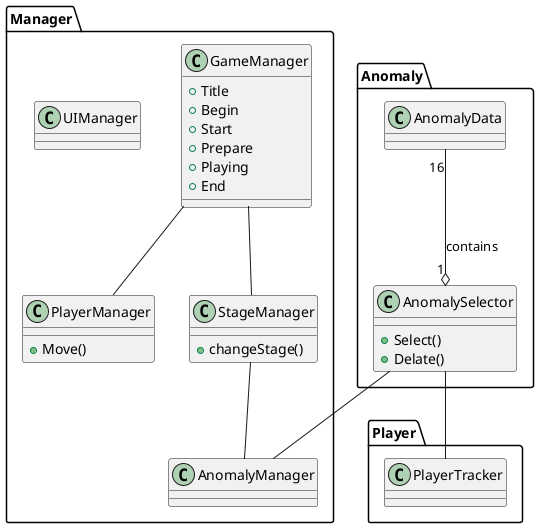
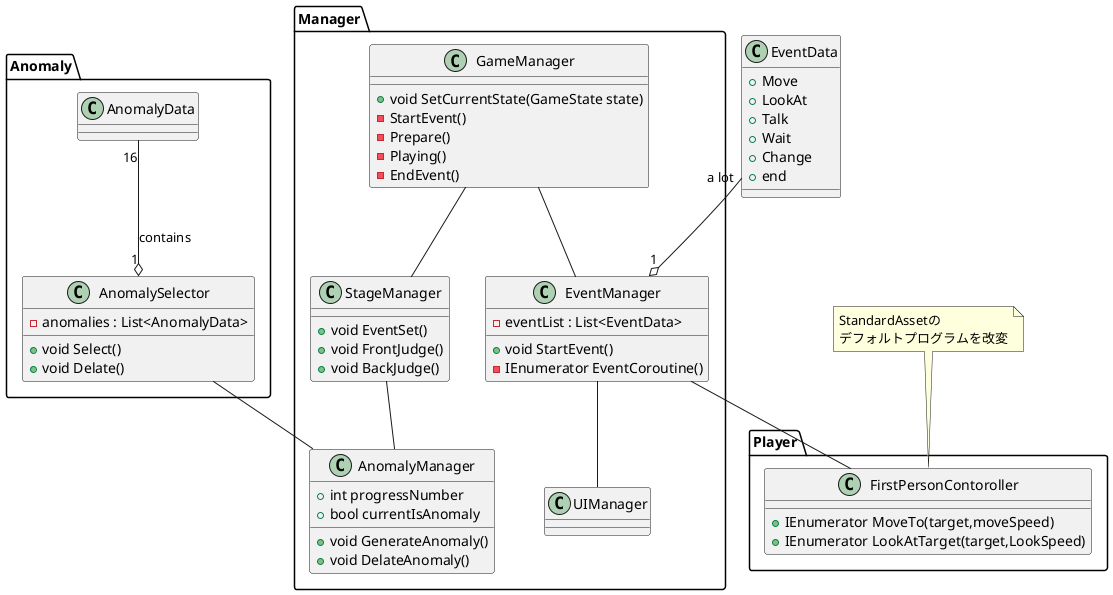
@startuml SDPBL

namespace Manager{
    class GameManager {
-         +Title
-         +Begin
-         +Start
-         +Prepare
-         +Playing
-         +End
-     }
- 
-     class PlayerManager {
-         +Move()
-     }
-     class AnomalyManager{
+         +void SetCurrentState(GameState state)
+         -StartEvent()
+         -Prepare()
+         -Playing()
+         -EndEvent()

    }

+     class AnomalyManager{
+         + int progressNumber
+         + bool currentIsAnomaly
+         + void GenerateAnomaly()
+         + void DelateAnomaly()
+     }
+ 
+     class EventManager{
+         -eventList : List<EventData>
+         +void StartEvent()
+         -IEnumerator EventCoroutine()
+     }
+ 
+     GameManager -- EventManager
+ 

    class StageManager{
-         +changeStage()
+         +void EventSet()
+         +void FrontJudge()
+         +void BackJudge()
    }

    class UIManager{

    }
+ 
+     EventManager -- UIManager
}
- GameManager -- PlayerManager
GameManager -- StageManager
StageManager -- AnomalyManager

+ class EventData{
+     +Move
+     +LookAt
+     +Talk
+     +Wait
+     +Change
+     +end
+ }
+ 
+ EventData "a lot" --o "1" EventManager
+ 
namespace Player{
-     class PlayerTracker{
+     class FirstPersonContoroller{
+         +IEnumerator MoveTo(target,moveSpeed)
+         +IEnumerator LookAtTarget(target,LookSpeed)
+     }

-     }
+     EventManager -- FirstPersonContoroller
}
+ note top of FirstPersonContoroller
+     StandardAssetの
+     デフォルトプログラムを改変
+     end note

namespace Anomaly{
    class AnomalyData{

    }
    class AnomalySelector{
-         +Select()
-         +Delate()
+         +void Select()
+         +void Delate()
+         -anomalies : List<AnomalyData>
    }
}
AnomalySelector -- AnomalyManager
AnomalyData "16" --o "1" AnomalySelector : contains
- AnomalySelector -- PlayerTracker


@enduml